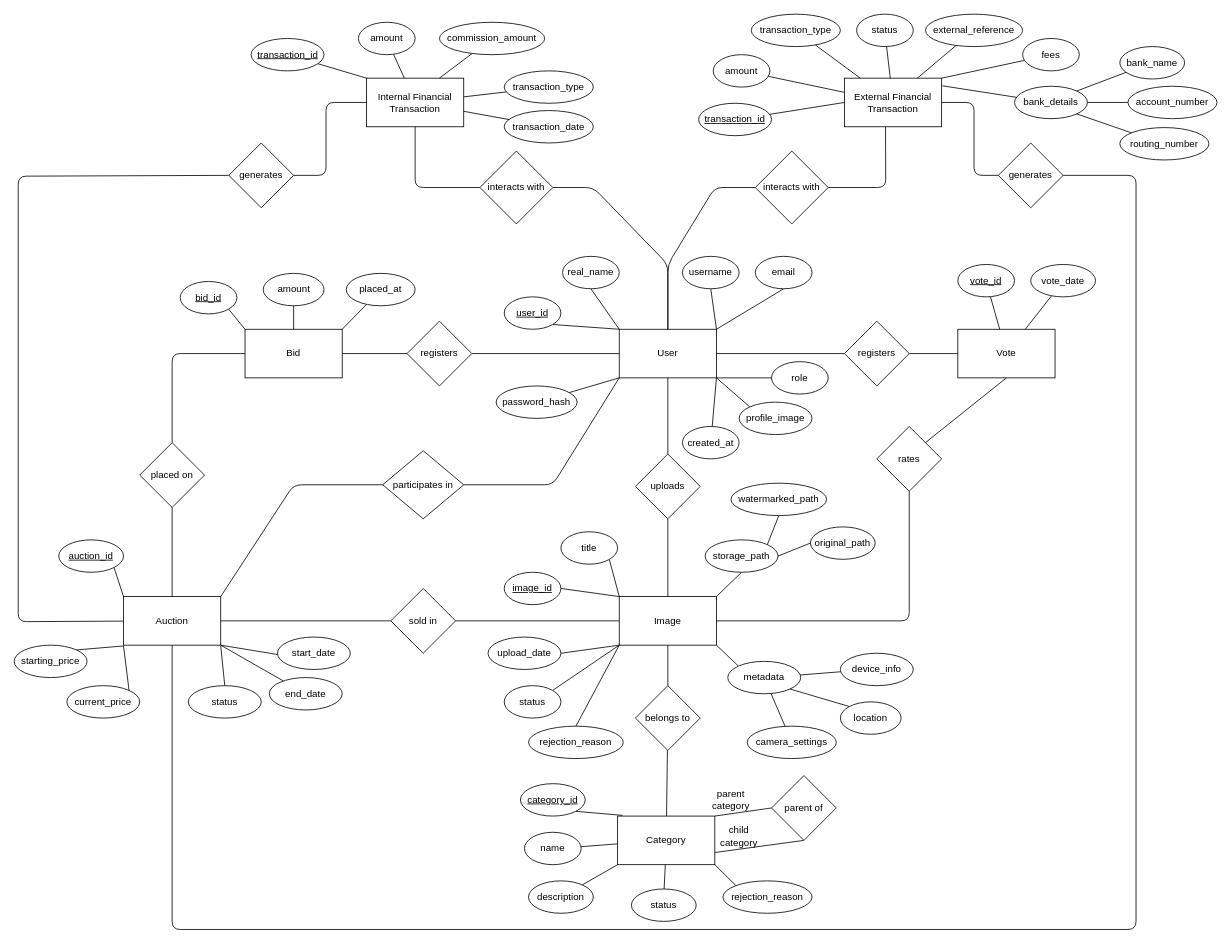
This is diagrams/eer-diagram/eer-diagram.drawio from staucktion/docs, a draw.io file, before an edit. Source tidied: cells renumbered, new cells numbered last; positions are measured from the earlier drawing's top-left corner, leaving out a move shared by most shapes. Both pictures are drawn from the tidied source at 81%, with x=0, y=0 at pixel (14, 14).
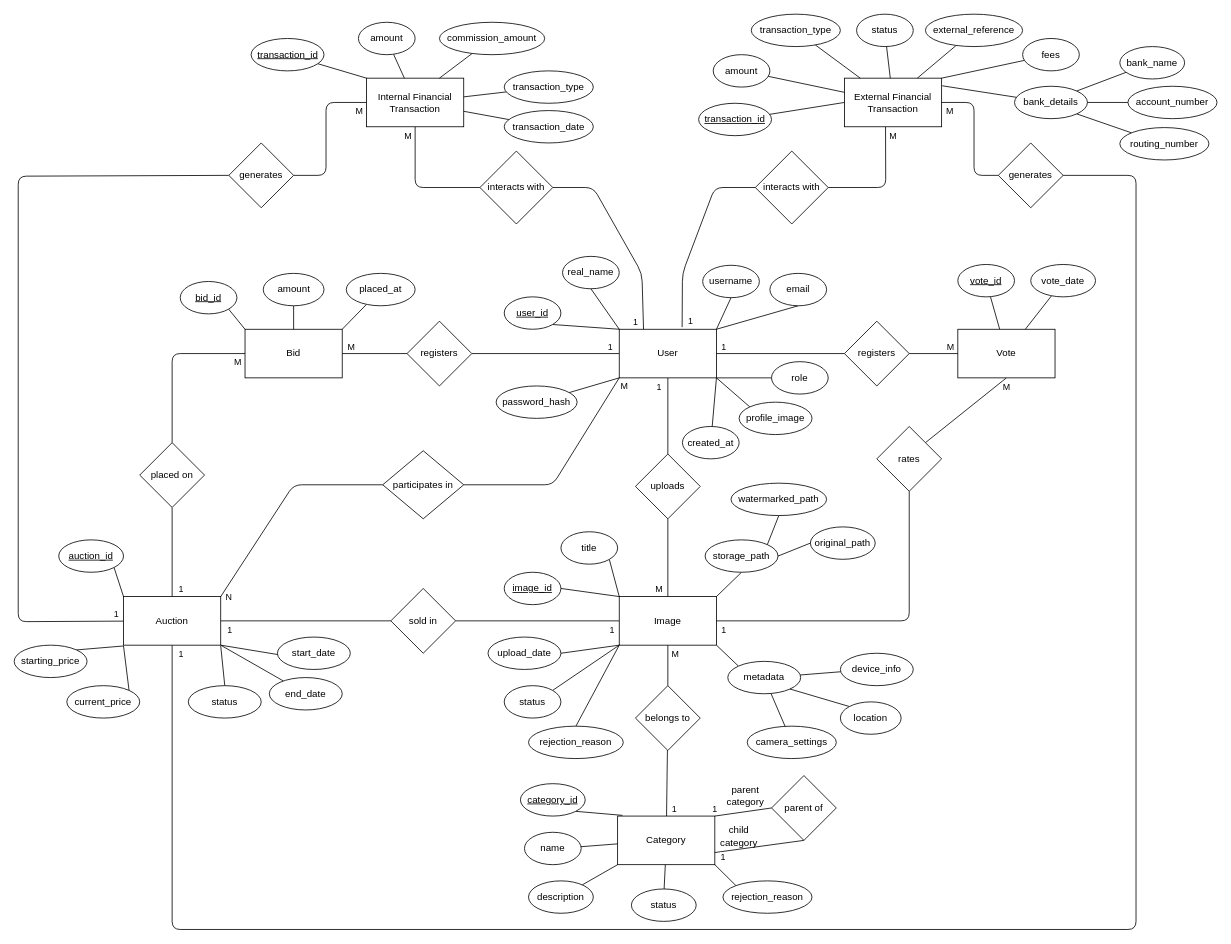
After the change.

Commit message (it also covers changes not shown here):
Update EER diagram to include cardinalities

Unchanged cells that the change refers to:
```xml
<mxCell id="2" style="edgeStyle=none;html=1;endArrow=none;endFill=0;" parent="1" edge="1" source="6" target="22">
<mxCell id="3" style="edgeStyle=none;html=1;exitX=0;exitY=1;exitDx=0;exitDy=0;entryX=1;entryY=0.5;entryDx=0;entryDy=0;endArrow=none;endFill=0;" parent="1" edge="1" source="6" target="24">
<mxCell id="4" style="edgeStyle=none;html=1;exitX=1;exitY=0.5;exitDx=0;exitDy=0;entryX=0;entryY=0.5;entryDx=0;entryDy=0;endArrow=none;endFill=0;" parent="1" edge="1" source="6" target="26">
<mxCell id="5" style="edgeStyle=none;html=1;endArrow=none;endFill=0;" parent="1" edge="1" source="6" target="28">
<mxCell id="6" value="User" style="rounded=0;whiteSpace=wrap;html=1;" parent="1" vertex="1">
<mxCell id="7" style="edgeStyle=none;html=1;endArrow=none;endFill=0;" parent="1" edge="1" source="9" target="36">
<mxCell id="8" style="edgeStyle=none;html=1;endArrow=none;endFill=0;" parent="1" edge="1" source="9" target="38">
<mxCell id="10" style="edgeStyle=none;html=1;exitX=1;exitY=0;exitDx=0;exitDy=0;entryX=0;entryY=0.5;entryDx=0;entryDy=0;endArrow=none;endFill=0;" parent="1" edge="1" source="11" target="88">
<mxCell id="12" style="edgeStyle=none;html=1;entryX=0;entryY=0.5;entryDx=0;entryDy=0;endArrow=none;endFill=0;" parent="1" edge="1" source="14" target="44">
<mxCell id="13" style="edgeStyle=none;html=1;entryX=1;entryY=0.5;entryDx=0;entryDy=0;endArrow=none;endFill=0;" parent="1" edge="1" source="14" target="46">
<mxCell id="15" style="edgeStyle=none;html=1;exitX=0.5;exitY=1;exitDx=0;exitDy=0;entryX=1;entryY=0;entryDx=0;entryDy=0;endArrow=none;endFill=0;" parent="1" edge="1" source="16" target="40">
<mxCell id="17" style="edgeStyle=none;html=1;exitX=0;exitY=0.5;exitDx=0;exitDy=0;entryX=0.5;entryY=0;entryDx=0;entryDy=0;endArrow=none;endFill=0;" parent="1" edge="1" source="18" target="42">
<mxCell id="21" style="edgeStyle=none;html=1;endArrow=none;endFill=0;" parent="1" edge="1" source="22" target="9">
<mxCell id="23" style="edgeStyle=none;html=1;exitX=0;exitY=0.5;exitDx=0;exitDy=0;entryX=1;entryY=0;entryDx=0;entryDy=0;endArrow=none;endFill=0;" parent="1" edge="1" source="24" target="14">
<mxCell id="25" style="edgeStyle=none;html=1;endArrow=none;endFill=0;" parent="1" edge="1" source="26" target="16">
<mxCell id="27" style="edgeStyle=none;html=1;endArrow=none;endFill=0;" parent="1" edge="1" source="28" target="18">
<mxCell id="29" style="edgeStyle=none;html=1;entryX=0.5;entryY=1;entryDx=0;entryDy=0;exitX=0;exitY=0.5;exitDx=0;exitDy=0;endArrow=none;endFill=0;" parent="1" edge="1" source="30" target="19">
<mxCell id="30" value="interacts with" style="rhombus;whiteSpace=wrap;html=1;" parent="1" vertex="1">
<mxCell id="32" style="edgeStyle=none;html=1;exitX=1;exitY=0.5;exitDx=0;exitDy=0;entryX=0.423;entryY=1.004;entryDx=0;entryDy=0;entryPerimeter=0;endArrow=none;endFill=0;" parent="1" edge="1" source="33" target="20">
<mxCell id="33" value="interacts with" style="rhombus;whiteSpace=wrap;html=1;" parent="1" vertex="1">
<mxCell id="35" style="edgeStyle=none;html=1;endArrow=none;endFill=0;" parent="1" edge="1" source="36" target="11">
<mxCell id="37" style="edgeStyle=none;html=1;endArrow=none;endFill=0;" parent="1" edge="1" source="38" target="14">
<mxCell id="39" style="edgeStyle=none;html=1;exitX=0.5;exitY=1;exitDx=0;exitDy=0;entryX=1;entryY=0.5;entryDx=0;entryDy=0;endArrow=none;endFill=0;" parent="1" edge="1" source="40" target="9">
<mxCell id="41" style="edgeStyle=none;html=1;endArrow=none;endFill=0;" parent="1" edge="1" source="42" target="14">
<mxCell id="43" style="edgeStyle=none;html=1;exitX=1;exitY=0.5;exitDx=0;exitDy=0;entryX=0;entryY=0.5;entryDx=0;entryDy=0;endArrow=none;endFill=0;" parent="1" edge="1" source="44" target="19">
<mxCell id="45" style="edgeStyle=none;html=1;entryX=1;entryY=0.5;entryDx=0;entryDy=0;exitX=0;exitY=0.5;exitDx=0;exitDy=0;endArrow=none;endFill=0;" parent="1" edge="1" source="46" target="20">
<mxCell id="87" style="edgeStyle=none;html=1;entryX=1;entryY=0.75;entryDx=0;entryDy=0;exitX=0.5;exitY=1;exitDx=0;exitDy=0;endArrow=none;endFill=0;" parent="1" edge="1" source="88" target="11">
```

What changed in the source:
```diff
@@
+    <mxCell id="153" value="1" style="edgeLabel;html=1;align=center;verticalAlign=middle;" parent="2" vertex="1">
+      <mxGeometry x="-0.75" y="-1" relative="1" as="geometry">
+        <mxPoint x="-11" y="-1" as="offset" />
+      </mxGeometry>
+    </mxCell>
@@
+    <mxCell id="154" value="M" style="edgeLabel;html=1;align=center;verticalAlign=middle;" parent="3" vertex="1">
+      <mxGeometry x="-0.91" y="1" relative="1" as="geometry">
+        <mxPoint x="11" y="-1" as="offset" />
+      </mxGeometry>
+    </mxCell>
@@
+    <mxCell id="155" value="1" style="edgeLabel;html=1;align=center;verticalAlign=middle;" parent="4" vertex="1">
+      <mxGeometry x="-0.85" relative="1" as="geometry">
+        <mxPoint x="-4" y="-9" as="offset" />
+      </mxGeometry>
+    </mxCell>
@@
+    <mxCell id="156" value="1" style="edgeLabel;html=1;align=center;verticalAlign=middle;" parent="5" vertex="1">
+      <mxGeometry x="-0.86" y="1" relative="1" as="geometry">
+        <mxPoint x="1" y="-10" as="offset" />
+      </mxGeometry>
+    </mxCell>
@@
+    <mxCell id="157" value="M" style="edgeLabel;html=1;align=center;verticalAlign=middle;" parent="7" vertex="1">
+      <mxGeometry x="-0.67" relative="1" as="geometry">
+        <mxPoint x="8" y="2" as="offset" />
+      </mxGeometry>
+    </mxCell>
@@
+    <mxCell id="158" value="1" style="edgeLabel;html=1;align=center;verticalAlign=middle;" parent="8" vertex="1">
+      <mxGeometry x="-0.9" relative="1" as="geometry">
+        <mxPoint y="11" as="offset" />
+      </mxGeometry>
+    </mxCell>
@@
+    <mxCell id="159" value="1" style="edgeLabel;html=1;align=center;verticalAlign=middle;" parent="10" vertex="1">
+      <mxGeometry x="-0.82" y="-1" relative="1" as="geometry">
+        <mxPoint x="-7" y="-10" as="offset" />
+      </mxGeometry>
+    </mxCell>
@@
+    <mxCell id="160" value="1" style="edgeLabel;html=1;align=center;verticalAlign=middle;" parent="12" vertex="1">
+      <mxGeometry x="-0.98" y="-1" relative="1" as="geometry">
+        <mxPoint y="-8" as="offset" />
+      </mxGeometry>
+    </mxCell>
@@
+    <mxCell id="161" value="1" style="edgeLabel;html=1;align=center;verticalAlign=middle;" parent="13" vertex="1">
+      <mxGeometry x="-0.99" relative="1" as="geometry">
+        <mxPoint x="10" y="-3" as="offset" />
+      </mxGeometry>
+    </mxCell>
@@
+    <mxCell id="162" value="M" style="edgeLabel;html=1;align=center;verticalAlign=middle;" parent="15" vertex="1">
+      <mxGeometry x="-0.83" y="-1" relative="1" as="geometry">
+        <mxPoint x="9" y="4" as="offset" />
+      </mxGeometry>
+    </mxCell>
@@
+    <mxCell id="163" value="M" style="edgeLabel;html=1;align=center;verticalAlign=middle;" parent="17" vertex="1">
+      <mxGeometry x="-0.92" relative="1" as="geometry">
+        <mxPoint x="-2" y="10" as="offset" />
+      </mxGeometry>
+    </mxCell>
@@
+    <mxCell id="164" value="M" style="edgeLabel;html=1;align=center;verticalAlign=middle;" parent="21" vertex="1">
+      <mxGeometry x="0.83" relative="1" as="geometry">
+        <mxPoint x="-12" y="-2" as="offset" />
+      </mxGeometry>
+    </mxCell>
@@
+    <mxCell id="165" value="N" style="edgeLabel;html=1;align=center;verticalAlign=middle;" parent="23" vertex="1">
+      <mxGeometry x="0.88" relative="1" as="geometry">
+        <mxPoint y="15" as="offset" />
+      </mxGeometry>
+    </mxCell>
@@
+    <mxCell id="166" value="M" style="edgeLabel;html=1;align=center;verticalAlign=middle;" parent="25" vertex="1">
+      <mxGeometry x="0.49" y="1" relative="1" as="geometry">
+        <mxPoint x="5" y="-8" as="offset" />
+      </mxGeometry>
+    </mxCell>
@@
+    <mxCell id="167" value="M" style="edgeLabel;html=1;align=center;verticalAlign=middle;" parent="27" vertex="1">
+      <mxGeometry x="0.68" y="-1" relative="1" as="geometry">
+        <mxPoint x="-3" y="-8" as="offset" />
+      </mxGeometry>
+    </mxCell>
@@
+    <mxCell id="168" value="M" style="edgeLabel;html=1;align=center;verticalAlign=middle;" parent="29" vertex="1">
+      <mxGeometry x="0.91" y="1" relative="1" as="geometry">
+        <mxPoint x="-9" y="4" as="offset" />
+      </mxGeometry>
+    </mxCell>
@@
-    <mxCell id="31" style="edgeStyle=none;html=1;exitX=0.5;exitY=0;exitDx=0;exitDy=0;entryX=1;entryY=0.5;entryDx=0;entryDy=0;endArrow=none;endFill=0;" parent="1" edge="1" source="6" target="30">
+    <mxCell id="31" style="edgeStyle=none;html=1;exitX=0.25;exitY=0;exitDx=0;exitDy=0;entryX=1;entryY=0.5;entryDx=0;entryDy=0;endArrow=none;endFill=0;" parent="1" edge="1" source="6" target="30">
       <mxGeometry relative="1" as="geometry">
         <Array as="points">
-          <mxPoint x="807" y="309" />
+          <mxPoint x="775" y="320" />
           <mxPoint x="715" y="214" />
         </Array>
       </mxGeometry>
     </mxCell>
+    <mxCell id="169" value="1" style="edgeLabel;html=1;align=center;verticalAlign=middle;" parent="31" vertex="1">
+      <mxGeometry x="-0.94" relative="1" as="geometry">
+        <mxPoint x="-10" y="-3" as="offset" />
+      </mxGeometry>
+    </mxCell>
@@
+    <mxCell id="170" value="M" style="edgeLabel;html=1;align=center;verticalAlign=middle;" parent="32" vertex="1">
+      <mxGeometry x="0.87" y="-2" relative="1" as="geometry">
+        <mxPoint x="7" y="1" as="offset" />
+      </mxGeometry>
+    </mxCell>
@@
-    <mxCell id="34" style="edgeStyle=none;html=1;exitX=0.5;exitY=0;exitDx=0;exitDy=0;entryX=0;entryY=0.5;entryDx=0;entryDy=0;endArrow=none;endFill=0;" parent="1" edge="1" source="6" target="33">
+    <mxCell id="34" style="edgeStyle=none;html=1;entryX=0;entryY=0.5;entryDx=0;entryDy=0;endArrow=none;endFill=0;exitX=0.647;exitY=-0.044;exitDx=0;exitDy=0;exitPerimeter=0;" parent="1" edge="1" source="6" target="33">
       <mxGeometry relative="1" as="geometry">
         <Array as="points">
-          <mxPoint x="807" y="309" />
+          <mxPoint x="825" y="320" />
           <mxPoint x="865" y="214" />
         </Array>
       </mxGeometry>
     </mxCell>
+    <mxCell id="171" value="1" style="edgeLabel;html=1;align=center;verticalAlign=middle;" parent="34" vertex="1">
+      <mxGeometry x="-0.94" y="1" relative="1" as="geometry">
+        <mxPoint x="11" y="-1" as="offset" />
+      </mxGeometry>
+    </mxCell>
@@
+    <mxCell id="172" value="1" style="edgeLabel;html=1;align=center;verticalAlign=middle;" parent="35" vertex="1">
+      <mxGeometry x="0.72" y="1" relative="1" as="geometry">
+        <mxPoint x="8" y="2" as="offset" />
+      </mxGeometry>
+    </mxCell>
@@
+    <mxCell id="173" value="1" style="edgeLabel;html=1;align=center;verticalAlign=middle;" parent="37" vertex="1">
+      <mxGeometry x="0.91" y="2" relative="1" as="geometry">
+        <mxPoint x="1" y="9" as="offset" />
+      </mxGeometry>
+    </mxCell>
@@
+    <mxCell id="174" value="1" style="edgeLabel;html=1;align=center;verticalAlign=middle;" parent="39" vertex="1">
+      <mxGeometry x="0.97" relative="1" as="geometry">
+        <mxPoint x="2" y="11" as="offset" />
+      </mxGeometry>
+    </mxCell>
@@
+    <mxCell id="175" value="1" style="edgeLabel;html=1;align=center;verticalAlign=middle;" parent="41" vertex="1">
+      <mxGeometry x="0.88" y="2" relative="1" as="geometry">
+        <mxPoint x="8" y="-3" as="offset" />
+      </mxGeometry>
+    </mxCell>
@@
+    <mxCell id="176" value="M" style="edgeLabel;html=1;align=center;verticalAlign=middle;" parent="43" vertex="1">
+      <mxGeometry x="0.86" y="-1" relative="1" as="geometry">
+        <mxPoint x="3" y="9" as="offset" />
+      </mxGeometry>
+    </mxCell>
@@
+    <mxCell id="177" value="M" style="edgeLabel;html=1;align=center;verticalAlign=middle;" parent="45" vertex="1">
+      <mxGeometry x="0.89" y="1" relative="1" as="geometry">
+        <mxPoint y="9" as="offset" />
+      </mxGeometry>
+    </mxCell>
@@
     <mxCell id="52" value="username" style="ellipse;whiteSpace=wrap;html=1;" parent="1" vertex="1">
-      <mxGeometry x="825" y="299" width="70" height="40" as="geometry" />
+      <mxGeometry x="850" y="310" width="70" height="40" as="geometry" />
     </mxCell>
@@
     <mxCell id="54" value="email" style="ellipse;whiteSpace=wrap;html=1;" parent="1" vertex="1">
-      <mxGeometry x="915" y="299" width="70" height="40" as="geometry" />
+      <mxGeometry x="933" y="320" width="70" height="40" as="geometry" />
     </mxCell>
@@
+    <mxCell id="178" value="1" style="edgeLabel;html=1;align=center;verticalAlign=middle;" parent="87" vertex="1">
+      <mxGeometry x="0.78" relative="1" as="geometry">
+        <mxPoint x="-2" y="7" as="offset" />
+      </mxGeometry>
+    </mxCell>
@@
     <mxCell id="99" value="parent category" style="text;html=1;strokeColor=none;fillColor=none;align=center;verticalAlign=middle;whiteSpace=wrap;rounded=0;" parent="1" vertex="1">
-      <mxGeometry x="855" y="955" width="60" height="30" as="geometry" />
+      <mxGeometry x="873" y="950" width="60" height="30" as="geometry" />
     </mxCell>
```
